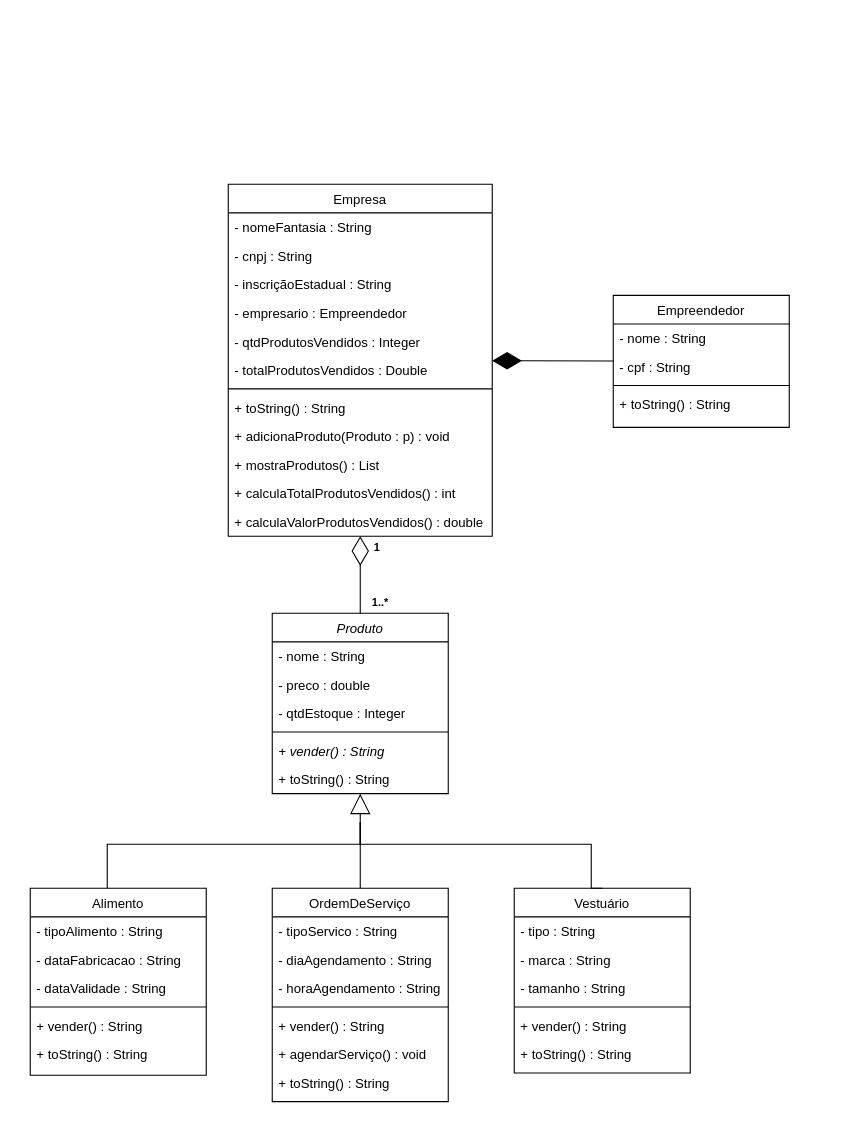
Before: page "UML" (1 of 2) of Diagramas/UML/UML_Sollute.drawio in ogabrielalves/Sollute, a draw.io diagram. Source tidied: cells renumbered, new cells numbered last; positions are measured from the earlier drawing's top-left corner, leaving out a move shared by most shapes. Both pictures are drawn from the tidied source at 110%, with x=0, y=0 at pixel (30, 184).
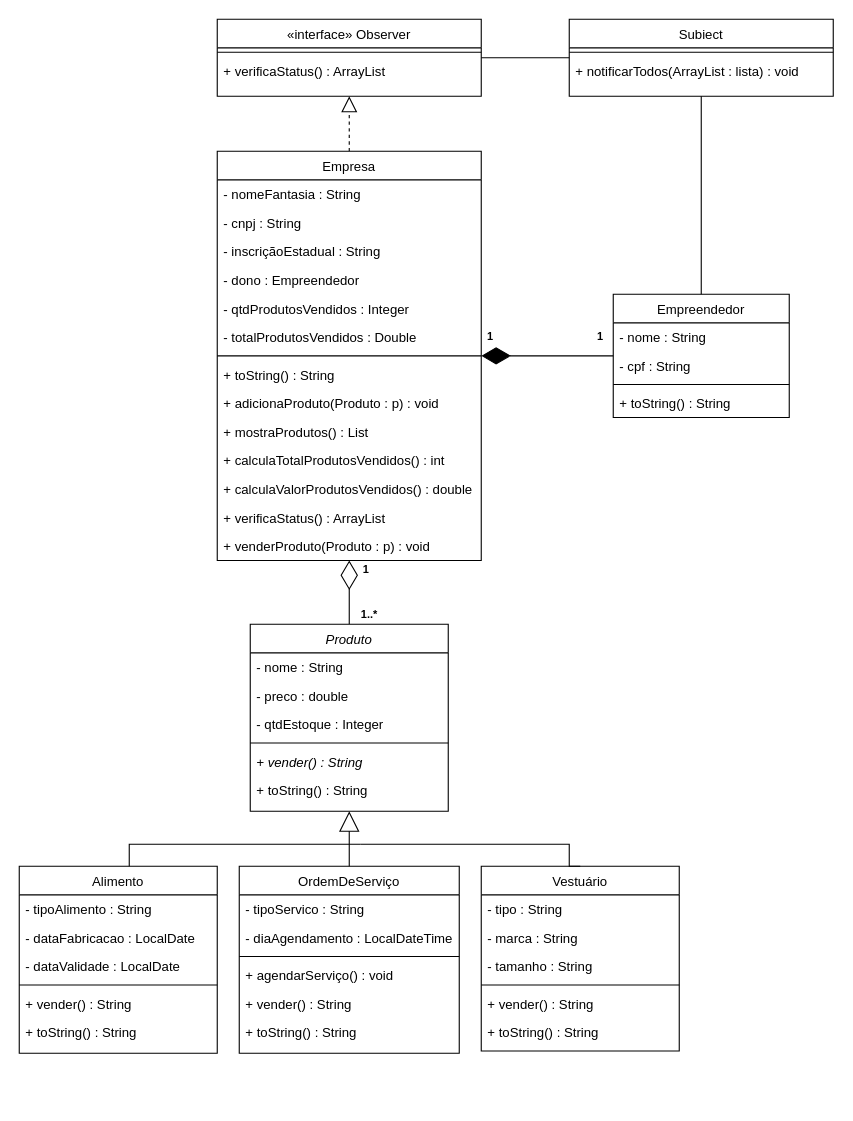
After the change.

Commit message (it also covers changes not shown here):
UML para 2ª sprint

Diff of the diagram source:
```diff
@@
-    <mxCell id="2" value="Produto" style="swimlane;fontStyle=2;align=center;verticalAlign=top;horizontal=1;startSize=26;rounded=0;shadow=0;strokeWidth=1;" parent="1" vertex="1">
-      <mxGeometry x="220" y="390" width="160" height="164" as="geometry" />
-    </mxCell>
-    <mxCell id="3" value="- nome : String" style="text;align=left;verticalAlign=top;spacingLeft=4;spacingRight=4;overflow=hidden;" parent="2" vertex="1">
-      <mxGeometry y="26" width="160" height="26" as="geometry" />
-    </mxCell>
-    <mxCell id="4" value="- preco : double" style="text;align=left;verticalAlign=top;spacingLeft=4;spacingRight=4;overflow=hidden;rounded=0;shadow=0;html=0;" parent="2" vertex="1">
-      <mxGeometry y="52" width="160" height="26" as="geometry" />
-    </mxCell>
-    <mxCell id="5" value="- qtdEstoque : Integer" style="text;align=left;verticalAlign=top;spacingLeft=4;spacingRight=4;overflow=hidden;rounded=0;shadow=0;html=0;" parent="2" vertex="1">
-      <mxGeometry y="78" width="160" height="26" as="geometry" />
-    </mxCell>
-    <mxCell id="6" style="line;html=1;strokeWidth=1;align=left;verticalAlign=middle;spacingTop=-1;spacingLeft=3;spacingRight=3;labelPosition=right;" parent="2" vertex="1">
-      <mxGeometry y="104" width="160" height="8" as="geometry" />
-    </mxCell>
-    <mxCell id="7" value="+ vender() : String" style="text;align=left;verticalAlign=top;spacingLeft=4;spacingRight=4;overflow=hidden;fontStyle=2;" parent="2" vertex="1">
-      <mxGeometry y="112" width="160" height="26" as="geometry" />
-    </mxCell>
-    <mxCell id="8" value="+ toString() : String" style="text;align=left;verticalAlign=top;spacingLeft=4;spacingRight=4;overflow=hidden;points=[[0,0.5],[1,0.5]];portConstraint=eastwest;fontStyle=0;" parent="2" vertex="1">
-      <mxGeometry y="138" width="160" height="26" as="geometry" />
-    </mxCell>
     <mxCell id="9" value="Alimento" style="swimlane;fontStyle=0;align=center;verticalAlign=top;horizontal=1;startSize=26;rounded=0;shadow=0;strokeWidth=1;" parent="1" vertex="1">
-      <mxGeometry y="640" width="160" height="170" as="geometry" />
+      <mxGeometry x="-10" y="620" width="180" height="170" as="geometry" />
     </mxCell>
     <mxCell id="10" value="- tipoAlimento : String" style="text;align=left;verticalAlign=top;spacingLeft=4;spacingRight=4;overflow=hidden;rounded=0;shadow=0;html=0;" parent="9" vertex="1">
-      <mxGeometry y="26" width="160" height="26" as="geometry" />
+      <mxGeometry y="26" width="180" height="26" as="geometry" />
     </mxCell>
-    <mxCell id="11" value="- dataFabricacao : String" style="text;align=left;verticalAlign=top;spacingLeft=4;spacingRight=4;overflow=hidden;rounded=0;shadow=0;html=0;" parent="9" vertex="1">
-      <mxGeometry y="52" width="160" height="26" as="geometry" />
+    <mxCell id="11" value="- dataFabricacao : LocalDate" style="text;align=left;verticalAlign=top;spacingLeft=4;spacingRight=4;overflow=hidden;rounded=0;shadow=0;html=0;" parent="9" vertex="1">
+      <mxGeometry y="52" width="180" height="26" as="geometry" />
     </mxCell>
-    <mxCell id="12" value="- dataValidade : String" style="text;align=left;verticalAlign=top;spacingLeft=4;spacingRight=4;overflow=hidden;" parent="9" vertex="1">
-      <mxGeometry y="78" width="160" height="26" as="geometry" />
+    <mxCell id="12" value="- dataValidade : LocalDate" style="text;align=left;verticalAlign=top;spacingLeft=4;spacingRight=4;overflow=hidden;" parent="9" vertex="1">
+      <mxGeometry y="78" width="180" height="26" as="geometry" />
     </mxCell>
     <mxCell id="13" style="line;html=1;strokeWidth=1;align=left;verticalAlign=middle;spacingTop=-1;spacingLeft=3;spacingRight=3;labelPosition=right;" parent="9" vertex="1">
-      <mxGeometry y="104" width="160" height="8" as="geometry" />
+      <mxGeometry y="104" width="180" height="8" as="geometry" />
     </mxCell>
     <mxCell id="14" value="+ vender() : String" style="text;align=left;verticalAlign=top;spacingLeft=4;spacingRight=4;overflow=hidden;" parent="9" vertex="1">
-      <mxGeometry y="112" width="160" height="26" as="geometry" />
+      <mxGeometry y="112" width="180" height="26" as="geometry" />
     </mxCell>
     <mxCell id="15" value="+ toString() : String" style="text;align=left;verticalAlign=top;spacingLeft=4;spacingRight=4;overflow=hidden;" parent="9" vertex="1">
-      <mxGeometry y="138" width="160" height="26" as="geometry" />
+      <mxGeometry y="138" width="180" height="26" as="geometry" />
     </mxCell>
     <mxCell id="16" value="OrdemDeServiço" style="swimlane;fontStyle=0;align=center;verticalAlign=top;horizontal=1;startSize=26;rounded=0;shadow=0;strokeWidth=1;" parent="1" vertex="1">
-      <mxGeometry x="220" y="640" width="160" height="194" as="geometry" />
+      <mxGeometry x="190" y="620" width="200" height="170" as="geometry" />
     </mxCell>
     <mxCell id="17" value="- tipoServico : String" style="text;align=left;verticalAlign=top;spacingLeft=4;spacingRight=4;overflow=hidden;" parent="16" vertex="1">
-      <mxGeometry y="26" width="160" height="26" as="geometry" />
+      <mxGeometry y="26" width="200" height="26" as="geometry" />
     </mxCell>
-    <mxCell id="18" value="- diaAgendamento : String" style="text;align=left;verticalAlign=top;spacingLeft=4;spacingRight=4;overflow=hidden;" parent="16" vertex="1">
-      <mxGeometry y="52" width="160" height="26" as="geometry" />
+    <mxCell id="18" value="- diaAgendamento : LocalDateTime" style="text;align=left;verticalAlign=top;spacingLeft=4;spacingRight=4;overflow=hidden;" parent="16" vertex="1">
+      <mxGeometry y="52" width="200" height="26" as="geometry" />
     </mxCell>
-    <mxCell id="19" value="- horaAgendamento : String" style="text;align=left;verticalAlign=top;spacingLeft=4;spacingRight=4;overflow=hidden;rounded=0;shadow=0;html=0;" parent="16" vertex="1">
-      <mxGeometry y="78" width="160" height="26" as="geometry" />
-    </mxCell>
     <mxCell id="20" style="line;html=1;strokeWidth=1;align=left;verticalAlign=middle;spacingTop=-1;spacingLeft=3;spacingRight=3;labelPosition=right;" parent="16" vertex="1">
-      <mxGeometry y="104" width="160" height="8" as="geometry" />
+      <mxGeometry y="78" width="200" height="8" as="geometry" />
     </mxCell>
+    <mxCell id="22" value="+ agendarServiço() : void" style="text;align=left;verticalAlign=top;spacingLeft=4;spacingRight=4;overflow=hidden;" parent="16" vertex="1">
+      <mxGeometry y="86" width="200" height="26" as="geometry" />
+    </mxCell>
     <mxCell id="21" value="+ vender() : String" style="text;align=left;verticalAlign=top;spacingLeft=4;spacingRight=4;overflow=hidden;" parent="16" vertex="1">
-      <mxGeometry y="112" width="160" height="26" as="geometry" />
+      <mxGeometry y="112" width="200" height="26" as="geometry" />
     </mxCell>
-    <mxCell id="22" value="+ agendarServiço() : void" style="text;align=left;verticalAlign=top;spacingLeft=4;spacingRight=4;overflow=hidden;" parent="16" vertex="1">
-      <mxGeometry y="138" width="160" height="26" as="geometry" />
-    </mxCell>
     <mxCell id="23" value="+ toString() : String" style="text;align=left;verticalAlign=top;spacingLeft=4;spacingRight=4;overflow=hidden;" parent="16" vertex="1">
-      <mxGeometry y="164" width="160" height="26" as="geometry" />
+      <mxGeometry y="138" width="200" height="26" as="geometry" />
     </mxCell>
     <mxCell id="24" value="Vestuário" style="swimlane;fontStyle=0;align=center;verticalAlign=top;horizontal=1;startSize=26;rounded=0;shadow=0;strokeWidth=1;" parent="1" vertex="1">
-      <mxGeometry x="440" y="640" width="160" height="168" as="geometry" />
+      <mxGeometry x="410" y="620" width="180" height="168" as="geometry" />
     </mxCell>
     <mxCell id="25" value="- tipo : String" style="text;align=left;verticalAlign=top;spacingLeft=4;spacingRight=4;overflow=hidden;" parent="24" vertex="1">
-      <mxGeometry y="26" width="160" height="26" as="geometry" />
+      <mxGeometry y="26" width="180" height="26" as="geometry" />
     </mxCell>
     <mxCell id="26" value="- marca : String" style="text;align=left;verticalAlign=top;spacingLeft=4;spacingRight=4;overflow=hidden;rounded=0;shadow=0;html=0;" parent="24" vertex="1">
-      <mxGeometry y="52" width="160" height="26" as="geometry" />
+      <mxGeometry y="52" width="180" height="26" as="geometry" />
     </mxCell>
     <mxCell id="27" value="- tamanho : String" style="text;align=left;verticalAlign=top;spacingLeft=4;spacingRight=4;overflow=hidden;rounded=0;shadow=0;html=0;" parent="24" vertex="1">
-      <mxGeometry y="78" width="160" height="26" as="geometry" />
+      <mxGeometry y="78" width="180" height="26" as="geometry" />
     </mxCell>
     <mxCell id="28" style="line;html=1;strokeWidth=1;align=left;verticalAlign=middle;spacingTop=-1;spacingLeft=3;spacingRight=3;labelPosition=right;" parent="24" vertex="1">
-      <mxGeometry y="104" width="160" height="8" as="geometry" />
+      <mxGeometry y="104" width="180" height="8" as="geometry" />
     </mxCell>
     <mxCell id="29" value="+ vender() : String" style="text;align=left;verticalAlign=top;spacingLeft=4;spacingRight=4;overflow=hidden;" parent="24" vertex="1">
-      <mxGeometry y="112" width="160" height="26" as="geometry" />
+      <mxGeometry y="112" width="180" height="26" as="geometry" />
     </mxCell>
     <mxCell id="30" value="+ toString() : String" style="text;align=left;verticalAlign=top;spacingLeft=4;spacingRight=4;overflow=hidden;" parent="24" vertex="1">
-      <mxGeometry y="138" width="160" height="26" as="geometry" />
+      <mxGeometry y="138" width="180" height="26" as="geometry" />
     </mxCell>
+    <mxCell id="44" style="endArrow=diamondThin;endFill=0;endSize=24;html=1;rounded=0;" parent="1" edge="1" source="2" target="31">
+      <mxGeometry relative="1" as="geometry" />
+    </mxCell>
+    <mxCell id="45" value="Empreendedor" style="swimlane;fontStyle=0;align=center;verticalAlign=top;horizontal=1;startSize=26;rounded=0;shadow=0;strokeWidth=1;" parent="1" vertex="1">
+      <mxGeometry x="530" y="100" width="160" height="112" as="geometry" />
+    </mxCell>
+    <mxCell id="46" value="- nome : String" style="text;align=left;verticalAlign=top;spacingLeft=4;spacingRight=4;overflow=hidden;" parent="45" vertex="1">
+      <mxGeometry y="26" width="160" height="26" as="geometry" />
+    </mxCell>
+    <mxCell id="47" value="- cpf : String" style="text;align=left;verticalAlign=top;spacingLeft=4;spacingRight=4;overflow=hidden;rounded=0;shadow=0;html=0;" parent="45" vertex="1">
+      <mxGeometry y="52" width="160" height="26" as="geometry" />
+    </mxCell>
+    <mxCell id="48" style="line;html=1;strokeWidth=1;align=left;verticalAlign=middle;spacingTop=-1;spacingLeft=3;spacingRight=3;labelPosition=right;" parent="45" vertex="1">
+      <mxGeometry y="78" width="160" height="8" as="geometry" />
+    </mxCell>
+    <mxCell id="49" value="+ toString() : String" style="text;align=left;verticalAlign=top;spacingLeft=4;spacingRight=4;overflow=hidden;fontStyle=0;" parent="45" vertex="1">
+      <mxGeometry y="86" width="160" height="26" as="geometry" />
+    </mxCell>
+    <mxCell id="50" style="endArrow=block;endSize=16;endFill=0;html=1;rounded=0;" parent="1" edge="1" source="16" target="2">
+      <mxGeometry relative="1" as="geometry" />
+    </mxCell>
+    <mxCell id="51" style="endArrow=none;html=1;edgeStyle=orthogonalEdgeStyle;rounded=0;" parent="1" edge="1" source="9">
+      <mxGeometry relative="1" as="geometry">
+        <mxPoint x="300" y="600" as="targetPoint" />
+        <Array as="points">
+          <mxPoint x="90" y="600" />
+          <mxPoint x="300" y="600" />
+        </Array>
+      </mxGeometry>
+    </mxCell>
+    <mxCell id="52" style="endArrow=none;html=1;edgeStyle=orthogonalEdgeStyle;rounded=0;entryX=0.5;entryY=0;entryDx=0;entryDy=0;" parent="1" edge="1" target="24">
+      <mxGeometry relative="1" as="geometry">
+        <mxPoint x="300" y="600" as="sourcePoint" />
+        <Array as="points">
+          <mxPoint x="490" y="600" />
+        </Array>
+      </mxGeometry>
+    </mxCell>
+    <mxCell id="55" style="endArrow=diamondThin;endFill=1;endSize=24;html=1;rounded=0;" parent="1" edge="1" source="45" target="31">
+      <mxGeometry relative="1" as="geometry" />
+    </mxCell>
+    <mxCell id="56" value="«interface» Observer" style="swimlane;fontStyle=0;align=center;verticalAlign=top;horizontal=1;startSize=26;rounded=0;shadow=0;strokeWidth=1;" parent="1" vertex="1">
+      <mxGeometry x="170" y="-150" width="240" height="70" as="geometry" />
+    </mxCell>
+    <mxCell id="57" style="line;html=1;strokeWidth=1;align=left;verticalAlign=middle;spacingTop=-1;spacingLeft=3;spacingRight=3;labelPosition=right;" parent="56" vertex="1">
+      <mxGeometry y="26" width="240" height="8" as="geometry" />
+    </mxCell>
+    <mxCell id="58" value="+ verificaStatus() : ArrayList" style="text;align=left;verticalAlign=top;spacingLeft=4;spacingRight=4;overflow=hidden;fontStyle=0;" parent="56" vertex="1">
+      <mxGeometry y="34" width="240" height="26" as="geometry" />
+    </mxCell>
+    <mxCell id="59" style="endArrow=block;dashed=1;endFill=0;endSize=12;html=1;rounded=0;" parent="1" edge="1" source="31" target="56">
+      <mxGeometry relative="1" as="geometry" />
+    </mxCell>
+    <mxCell id="60" value="Subiect" style="swimlane;fontStyle=0;align=center;verticalAlign=top;horizontal=1;startSize=26;rounded=0;shadow=0;strokeWidth=1;" parent="1" vertex="1">
+      <mxGeometry x="490" y="-150" width="240" height="70" as="geometry" />
+    </mxCell>
+    <mxCell id="61" style="line;html=1;strokeWidth=1;align=left;verticalAlign=middle;spacingTop=-1;spacingLeft=3;spacingRight=3;labelPosition=right;" parent="60" vertex="1">
+      <mxGeometry y="26" width="240" height="8" as="geometry" />
+    </mxCell>
+    <mxCell id="62" value="+ notificarTodos(ArrayList : lista) : void" style="text;align=left;verticalAlign=top;spacingLeft=4;spacingRight=4;overflow=hidden;" parent="60" vertex="1">
+      <mxGeometry y="34" width="240" height="26" as="geometry" />
+    </mxCell>
+    <mxCell id="63" style="endArrow=none;html=1;rounded=0;" parent="1" edge="1" source="45" target="60">
+      <mxGeometry relative="1" as="geometry" />
+    </mxCell>
+    <mxCell id="64" style="endArrow=none;html=1;rounded=0;" parent="1" edge="1" source="56" target="60">
+      <mxGeometry relative="1" as="geometry" />
+    </mxCell>
-    <mxCell id="31" value="Empresa" style="swimlane;fontStyle=0;align=center;verticalAlign=top;horizontal=1;startSize=26;rounded=0;shadow=0;strokeWidth=1;" parent="1" vertex="1">
-      <mxGeometry x="180" width="240" height="320" as="geometry" />
+    <mxCell id="31" value="Empresa" style="swimlane;fontStyle=0;align=center;verticalAlign=top;horizontal=1;startSize=26;rounded=0;shadow=0;strokeWidth=1;gradientColor=none;" parent="1" vertex="1">
+      <mxGeometry x="170" y="-30" width="240" height="372" as="geometry" />
     </mxCell>
@@
-    <mxCell id="35" value="- empresario : Empreendedor" style="text;align=left;verticalAlign=top;spacingLeft=4;spacingRight=4;overflow=hidden;rounded=0;shadow=0;html=0;" parent="31" vertex="1">
+    <mxCell id="35" value="- dono : Empreendedor" style="text;align=left;verticalAlign=top;spacingLeft=4;spacingRight=4;overflow=hidden;rounded=0;shadow=0;html=0;" parent="31" vertex="1">
       <mxGeometry y="104" width="240" height="26" as="geometry" />
     </mxCell>
@@
-    <mxCell id="44" style="endArrow=diamondThin;endFill=0;endSize=24;html=1;rounded=0;" parent="1" edge="1" source="2" target="31">
-      <mxGeometry relative="1" as="geometry" />
-    </mxCell>
-    <mxCell id="45" value="Empreendedor" style="swimlane;fontStyle=0;align=center;verticalAlign=top;horizontal=1;startSize=26;rounded=0;shadow=0;strokeWidth=1;" parent="1" vertex="1">
-      <mxGeometry x="530" y="101" width="160" height="120" as="geometry" />
-    </mxCell>
-    <mxCell id="46" value="- nome : String" style="text;align=left;verticalAlign=top;spacingLeft=4;spacingRight=4;overflow=hidden;" parent="45" vertex="1">
-      <mxGeometry y="26" width="160" height="26" as="geometry" />
-    </mxCell>
-    <mxCell id="47" value="- cpf : String" style="text;align=left;verticalAlign=top;spacingLeft=4;spacingRight=4;overflow=hidden;rounded=0;shadow=0;html=0;" parent="45" vertex="1">
-      <mxGeometry y="52" width="160" height="26" as="geometry" />
-    </mxCell>
-    <mxCell id="48" style="line;html=1;strokeWidth=1;align=left;verticalAlign=middle;spacingTop=-1;spacingLeft=3;spacingRight=3;labelPosition=right;" parent="45" vertex="1">
-      <mxGeometry y="78" width="160" height="8" as="geometry" />
-    </mxCell>
-    <mxCell id="49" value="+ toString() : String" style="text;align=left;verticalAlign=top;spacingLeft=4;spacingRight=4;overflow=hidden;fontStyle=0;" parent="45" vertex="1">
-      <mxGeometry y="86" width="160" height="26" as="geometry" />
-    </mxCell>
-    <mxCell id="50" style="endArrow=block;endSize=16;endFill=0;html=1;rounded=0;" parent="1" edge="1" source="16" target="8">
-      <mxGeometry relative="1" as="geometry" />
-    </mxCell>
-    <mxCell id="51" style="endArrow=none;html=1;edgeStyle=orthogonalEdgeStyle;rounded=0;" parent="1" edge="1" source="9">
-      <mxGeometry relative="1" as="geometry">
-        <mxPoint x="300" y="580" as="targetPoint" />
-        <Array as="points">
-          <mxPoint x="70" y="600" />
-          <mxPoint x="300" y="600" />
-          <mxPoint x="300" y="580" />
-        </Array>
-      </mxGeometry>
-    </mxCell>
-    <mxCell id="52" style="endArrow=none;html=1;edgeStyle=orthogonalEdgeStyle;rounded=0;entryX=0.5;entryY=0;entryDx=0;entryDy=0;" parent="1" edge="1" target="24">
-      <mxGeometry relative="1" as="geometry">
-        <mxPoint x="300" y="580" as="sourcePoint" />
-        <Array as="points">
-          <mxPoint x="300" y="580" />
-          <mxPoint x="300" y="600" />
-          <mxPoint x="510" y="600" />
-          <mxPoint x="510" y="640" />
-        </Array>
-      </mxGeometry>
-    </mxCell>
+    <mxCell id="65" value="+ verificaStatus() : ArrayList" style="text;align=left;verticalAlign=top;spacingLeft=4;spacingRight=4;overflow=hidden;" parent="31" vertex="1">
+      <mxGeometry y="320" width="240" height="26" as="geometry" />
+    </mxCell>
+    <mxCell id="66" value="+ venderProduto(Produto : p) : void" style="text;align=left;verticalAlign=top;spacingLeft=4;spacingRight=4;overflow=hidden;" parent="31" vertex="1">
+      <mxGeometry y="346" width="240" height="26" as="geometry" />
+    </mxCell>
+    <mxCell id="54" value="1" style="text;html=1;align=center;verticalAlign=middle;strokeColor=none;fillColor=none;fontSize=10;fontStyle=1;" parent="1" vertex="1">
+      <mxGeometry x="297" y="342" width="16" height="16" as="geometry" />
+    </mxCell>
+    <mxCell id="2" value="Produto" style="swimlane;fontStyle=2;align=center;verticalAlign=top;horizontal=1;startSize=26;rounded=0;shadow=0;strokeWidth=1;" parent="1" vertex="1">
+      <mxGeometry x="200" y="400" width="180" height="170" as="geometry" />
+    </mxCell>
+    <mxCell id="3" value="- nome : String" style="text;align=left;verticalAlign=top;spacingLeft=4;spacingRight=4;overflow=hidden;" parent="2" vertex="1">
+      <mxGeometry y="26" width="180" height="26" as="geometry" />
+    </mxCell>
+    <mxCell id="4" value="- preco : double" style="text;align=left;verticalAlign=top;spacingLeft=4;spacingRight=4;overflow=hidden;rounded=0;shadow=0;html=0;" parent="2" vertex="1">
+      <mxGeometry y="52" width="180" height="26" as="geometry" />
+    </mxCell>
+    <mxCell id="5" value="- qtdEstoque : Integer" style="text;align=left;verticalAlign=top;spacingLeft=4;spacingRight=4;overflow=hidden;rounded=0;shadow=0;html=0;" parent="2" vertex="1">
+      <mxGeometry y="78" width="180" height="26" as="geometry" />
+    </mxCell>
+    <mxCell id="6" style="line;html=1;strokeWidth=1;align=left;verticalAlign=middle;spacingTop=-1;spacingLeft=3;spacingRight=3;labelPosition=right;" parent="2" vertex="1">
+      <mxGeometry y="104" width="180" height="8" as="geometry" />
+    </mxCell>
+    <mxCell id="7" value="+ vender() : String" style="text;align=left;verticalAlign=top;spacingLeft=4;spacingRight=4;overflow=hidden;fontStyle=2;" parent="2" vertex="1">
+      <mxGeometry y="112" width="180" height="26" as="geometry" />
+    </mxCell>
+    <mxCell id="8" value="+ toString() : String" style="text;align=left;verticalAlign=top;spacingLeft=4;spacingRight=4;overflow=hidden;points=[[0,0.5],[1,0.5]];portConstraint=eastwest;fontStyle=0;" parent="2" vertex="1">
+      <mxGeometry y="138" width="180" height="26" as="geometry" />
+    </mxCell>
     <mxCell id="53" value="1..*" style="text;html=1;align=center;verticalAlign=middle;strokeColor=none;fillColor=none;fontSize=10;fontStyle=1;" parent="1" vertex="1">
-      <mxGeometry x="305" y="372" width="25" height="16" as="geometry" />
+      <mxGeometry x="295.6" y="383" width="25" height="16" as="geometry" />
     </mxCell>
-    <mxCell id="54" value="1" style="text;html=1;align=center;verticalAlign=middle;strokeColor=none;fillColor=none;fontSize=10;fontStyle=1;" parent="1" vertex="1">
-      <mxGeometry x="307" y="322" width="16" height="16" as="geometry" />
-    </mxCell>
-    <mxCell id="55" style="endArrow=diamondThin;endFill=1;endSize=24;html=1;rounded=0;" parent="1" edge="1" source="45" target="31">
-      <mxGeometry relative="1" as="geometry" />
-    </mxCell>
+    <mxCell id="67" value="1" style="text;html=1;align=center;verticalAlign=middle;strokeColor=none;fillColor=none;fontSize=10;fontStyle=1;" parent="1" vertex="1">
+      <mxGeometry x="410" y="130" width="16" height="16" as="geometry" />
+    </mxCell>
+    <mxCell id="68" value="1" style="text;html=1;align=center;verticalAlign=middle;strokeColor=none;fillColor=none;fontSize=10;fontStyle=1;" parent="1" vertex="1">
+      <mxGeometry x="510" y="130" width="16" height="16" as="geometry" />
+    </mxCell>
```
